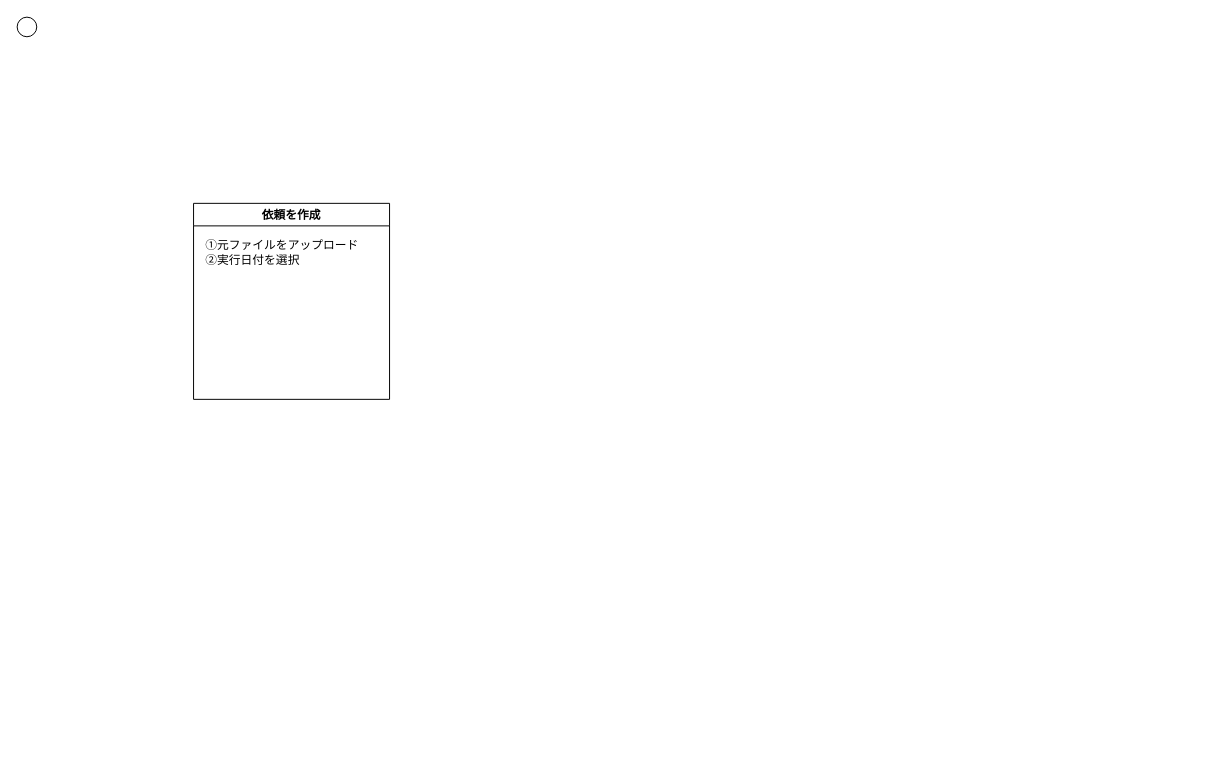
This is 依頼管理にRPA導入.drawio from thanhnt0804/hello, a draw.io file, before an edit. Source tidied: cells renumbered, new cells numbered last; positions are measured from the earlier drawing's top-left corner, leaving out a move shared by most shapes. Both pictures are drawn from the tidied source at 98%, with x=0, y=0 at pixel (17, 17).
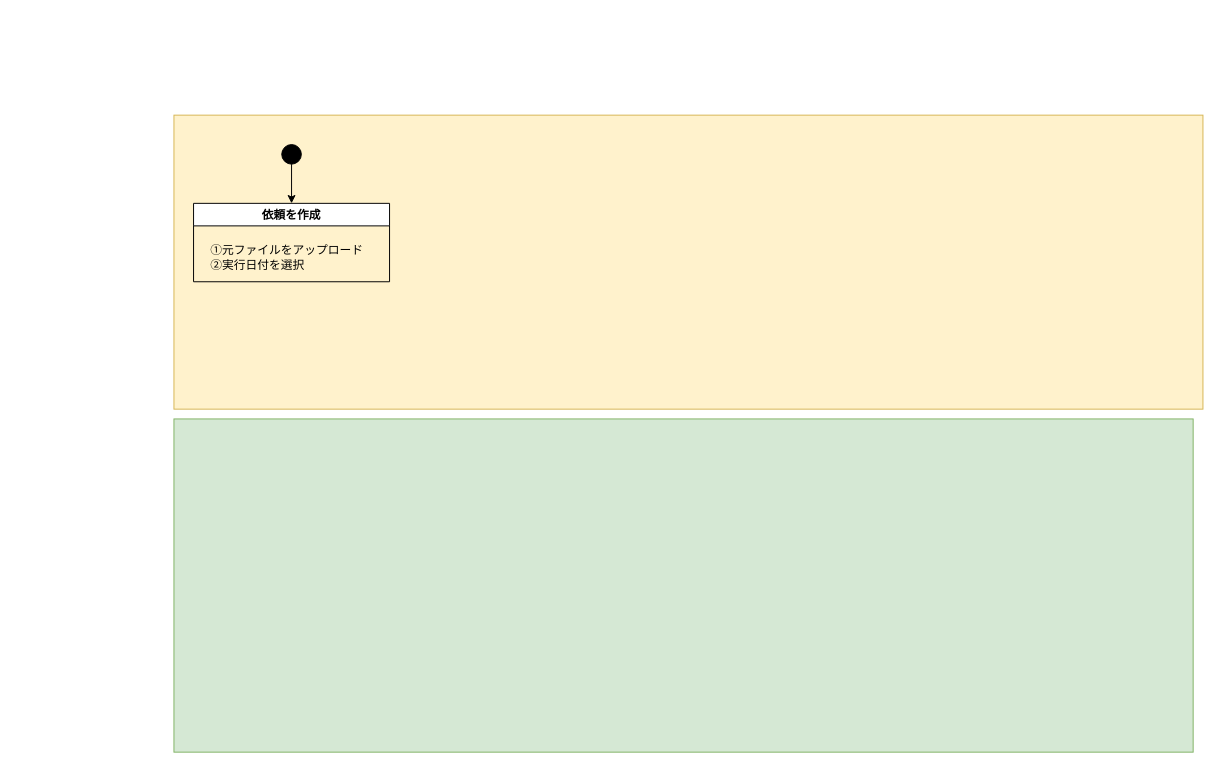
After the change.

Commit message (it also covers changes not shown here):
Update 依頼管理にRPA導入.drawio

Change to the diagram source:
```diff
@@
 <mxGraphModel>
   <root>
     <mxCell id="0" />
     <mxCell id="1" parent="0" />
-    <mxCell id="2" style="ellipse;whiteSpace=wrap;html=1;" parent="1" vertex="1">
-      <mxGeometry width="20" height="20" as="geometry" />
-    </mxCell>
+    <mxCell id="5" style="rounded=0;whiteSpace=wrap;html=1;strokeColor=#d6b656;fillColor=#fff2cc;" parent="1" vertex="1">
+      <mxGeometry x="160" y="100" width="1050" height="300" as="geometry" />
+    </mxCell>
     <mxCell id="3" value="依頼を作成" style="swimlane;" parent="1" vertex="1">
-      <mxGeometry x="180" y="190" width="200" height="200" as="geometry" />
+      <mxGeometry x="180" y="190" width="200" height="80" as="geometry" />
     </mxCell>
-    <mxCell id="4" value="①元ファイルをアップロード&lt;br&gt;&lt;div style=&quot;text-align: left&quot;&gt;&lt;span&gt;②実行日付を選択&lt;/span&gt;&lt;/div&gt;" style="text;html=1;align=center;verticalAlign=middle;strokeColor=none;" parent="1" vertex="1">
-      <mxGeometry x="185" y="225" width="170" height="30" as="geometry" />
+    <mxCell id="4" value="①元ファイルをアップロード&lt;br&gt;&lt;div style=&quot;text-align: left&quot;&gt;&lt;span&gt;②実行日付を選択&lt;/span&gt;&lt;/div&gt;" style="text;html=1;align=center;verticalAlign=middle;strokeColor=none;" parent="3" vertex="1">
+      <mxGeometry x="10" y="40" width="170" height="30" as="geometry" />
     </mxCell>
+    <mxCell id="6" style="edgeStyle=orthogonalEdgeStyle;rounded=0;jettySize=auto;html=1;entryX=0.5;entryY=0;entryDx=0;entryDy=0;" parent="1" edge="1" source="7" target="3">
+      <mxGeometry relative="1" as="geometry" />
+    </mxCell>
+    <mxCell id="7" style="ellipse;whiteSpace=wrap;html=1;fillColor=#000000;" parent="1" vertex="1">
+      <mxGeometry x="270" y="130" width="20" height="20" as="geometry" />
+    </mxCell>
+    <mxCell id="8" style="rounded=0;whiteSpace=wrap;html=1;strokeColor=#82b366;fillColor=#d5e8d4;" parent="1" vertex="1">
+      <mxGeometry x="160" y="410" width="1040" height="340" as="geometry" />
+    </mxCell>
   </root>
 </mxGraphModel>
```
